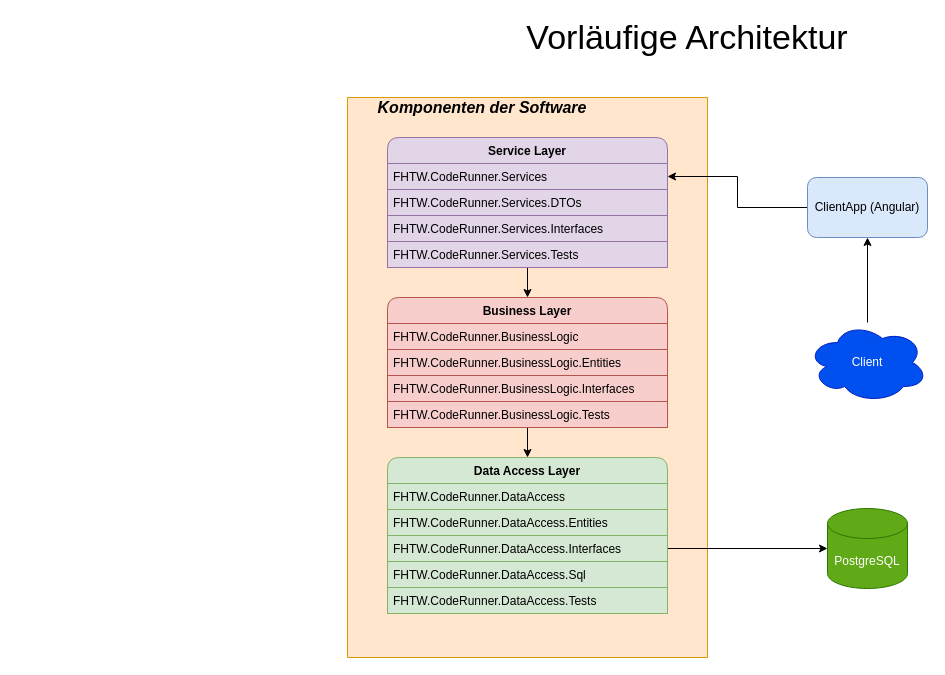
Above: doc/planning-docs/Architecture.drawio in kjubie/coderunner (draw.io), before the change. Source tidied: cells renumbered, new cells numbered last; positions are measured from the earlier drawing's top-left corner, leaving out a move shared by most shapes. Both pictures are drawn from the tidied source at 100%, with x=0, y=0 at pixel (347, 17).
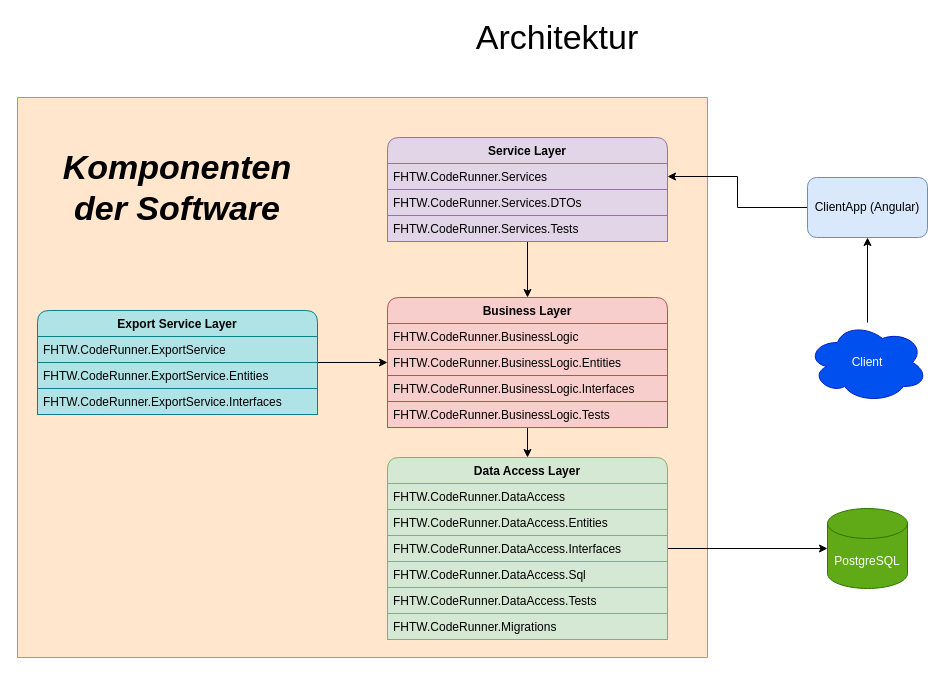
The same diagram, later.

The change refers to these unchanged cells:
```xml
<mxCell id="20" value="FHTW.CodeRunner.BusinessLogic.Entities" style="text;strokeColor=#b85450;fillColor=#f8cecc;align=left;verticalAlign=top;spacingLeft=4;spacingRight=4;overflow=hidden;points=[[0,0.5],[1,0.5]];portConstraint=eastwest;" parent="18" vertex="1">
  <mxGeometry y="52" width="280" height="26" as="geometry" />
</mxCell>
```

What changed in the source:
```diff
@@
     <mxCell id="2" style="verticalLabelPosition=bottom;verticalAlign=top;html=1;shape=mxgraph.basic.rect;fillColor2=none;strokeWidth=1;size=20;indent=5;fillColor=#ffe6cc;strokeColor=#d79b00;" parent="1" vertex="1">
-      <mxGeometry y="80" width="360" height="560" as="geometry" />
+      <mxGeometry x="-330" y="80" width="690" height="560" as="geometry" />
     </mxCell>
@@
-    <mxCell id="9" value="&lt;span&gt;&lt;b&gt;Komponenten der Software&lt;/b&gt;&lt;/span&gt;" style="text;html=1;strokeColor=none;fillColor=none;align=center;verticalAlign=middle;whiteSpace=wrap;rounded=0;fontSize=16;fontStyle=2;" parent="1" vertex="1">
-      <mxGeometry x="10" y="80" width="250" height="20" as="geometry" />
+    <mxCell id="9" value="&lt;span style=&quot;font-size: 34px;&quot;&gt;&lt;b style=&quot;font-size: 34px;&quot;&gt;Komponenten der Software&lt;/b&gt;&lt;/span&gt;" style="text;html=1;strokeColor=none;fillColor=none;align=center;verticalAlign=middle;whiteSpace=wrap;rounded=0;fontSize=34;fontStyle=2;" parent="1" vertex="1">
+      <mxGeometry x="-295" y="160" width="250" height="20" as="geometry" />
     </mxCell>
@@
-    <mxCell id="12" value="Vorläufige Architektur" style="text;html=1;strokeColor=none;fillColor=none;align=center;verticalAlign=middle;whiteSpace=wrap;rounded=0;fontSize=34;" parent="1" vertex="1">
-      <mxGeometry x="160" width="360" height="40" as="geometry" />
+    <mxCell id="12" value="Architektur" style="text;html=1;strokeColor=none;fillColor=none;align=center;verticalAlign=middle;whiteSpace=wrap;rounded=0;fontSize=34;" parent="1" vertex="1">
+      <mxGeometry x="30" width="360" height="40" as="geometry" />
     </mxCell>
     <mxCell id="13" value="Service Layer" style="swimlane;fontStyle=1;horizontal=1;startSize=26;fillColor=#e1d5e7;strokeColor=#9673a6;rounded=1;glass=0;swimlaneLine=1;sketch=0;" parent="1" vertex="1">
-      <mxGeometry x="40" y="120" width="280" height="130" as="geometry" />
+      <mxGeometry x="40" y="120" width="280" height="104" as="geometry" />
     </mxCell>
@@
-    <mxCell id="16" value="FHTW.CodeRunner.Services.Interfaces" style="text;strokeColor=#9673a6;fillColor=#e1d5e7;align=left;verticalAlign=top;spacingLeft=4;spacingRight=4;overflow=hidden;rounded=0;glass=0;sketch=0;" parent="13" vertex="1">
-      <mxGeometry y="78" width="280" height="26" as="geometry" />
-    </mxCell>
     <mxCell id="17" value="FHTW.CodeRunner.Services.Tests" style="text;strokeColor=#9673a6;fillColor=#e1d5e7;align=left;verticalAlign=top;spacingLeft=4;spacingRight=4;overflow=hidden;rounded=0;glass=0;sketch=0;" parent="13" vertex="1">
-      <mxGeometry y="104" width="280" height="26" as="geometry" />
+      <mxGeometry y="78" width="280" height="26" as="geometry" />
     </mxCell>
@@
     <mxCell id="23" value="Data Access Layer" style="swimlane;fontStyle=1;horizontal=1;startSize=26;fillColor=#d5e8d4;rounded=1;strokeColor=#82b366;" parent="1" vertex="1">
-      <mxGeometry x="40" y="440" width="280" height="156" as="geometry" />
+      <mxGeometry x="40" y="440" width="280" height="182" as="geometry" />
     </mxCell>
@@
+    <mxCell id="29" value="FHTW.CodeRunner.Migrations" style="text;strokeColor=#82b366;fillColor=#d5e8d4;align=left;verticalAlign=top;spacingLeft=4;spacingRight=4;overflow=hidden;" parent="23" vertex="1">
+      <mxGeometry y="156" width="280" height="26" as="geometry" />
+    </mxCell>
+    <mxCell id="30" style="edgeStyle=orthogonalEdgeStyle;rounded=0;jettySize=auto;html=1;exitX=1;exitY=0.5;exitDx=0;exitDy=0;entryX=0;entryY=0.5;entryDx=0;entryDy=0;fontSize=34;" parent="1" edge="1" source="31" target="20">
+      <mxGeometry relative="1" as="geometry" />
+    </mxCell>
+    <mxCell id="31" value="Export Service Layer" style="swimlane;fontStyle=1;horizontal=1;startSize=26;rounded=1;fillColor=#b0e3e6;strokeColor=#0e8088;" parent="1" vertex="1">
+      <mxGeometry x="-310" y="293" width="280" height="104" as="geometry" />
+    </mxCell>
+    <mxCell id="32" value="FHTW.CodeRunner.ExportService" style="text;strokeColor=#0e8088;fillColor=#b0e3e6;align=left;verticalAlign=top;spacingLeft=4;spacingRight=4;overflow=hidden;" parent="31" vertex="1">
+      <mxGeometry y="26" width="280" height="26" as="geometry" />
+    </mxCell>
+    <mxCell id="33" value="FHTW.CodeRunner.ExportService.Entities" style="text;strokeColor=#0e8088;fillColor=#b0e3e6;align=left;verticalAlign=top;spacingLeft=4;spacingRight=4;overflow=hidden;" parent="31" vertex="1">
+      <mxGeometry y="52" width="280" height="26" as="geometry" />
+    </mxCell>
+    <mxCell id="34" value="FHTW.CodeRunner.ExportService.Interfaces" style="text;strokeColor=#0e8088;fillColor=#b0e3e6;align=left;verticalAlign=top;spacingLeft=4;spacingRight=4;overflow=hidden;" parent="31" vertex="1">
+      <mxGeometry y="78" width="280" height="26" as="geometry" />
+    </mxCell>
```
